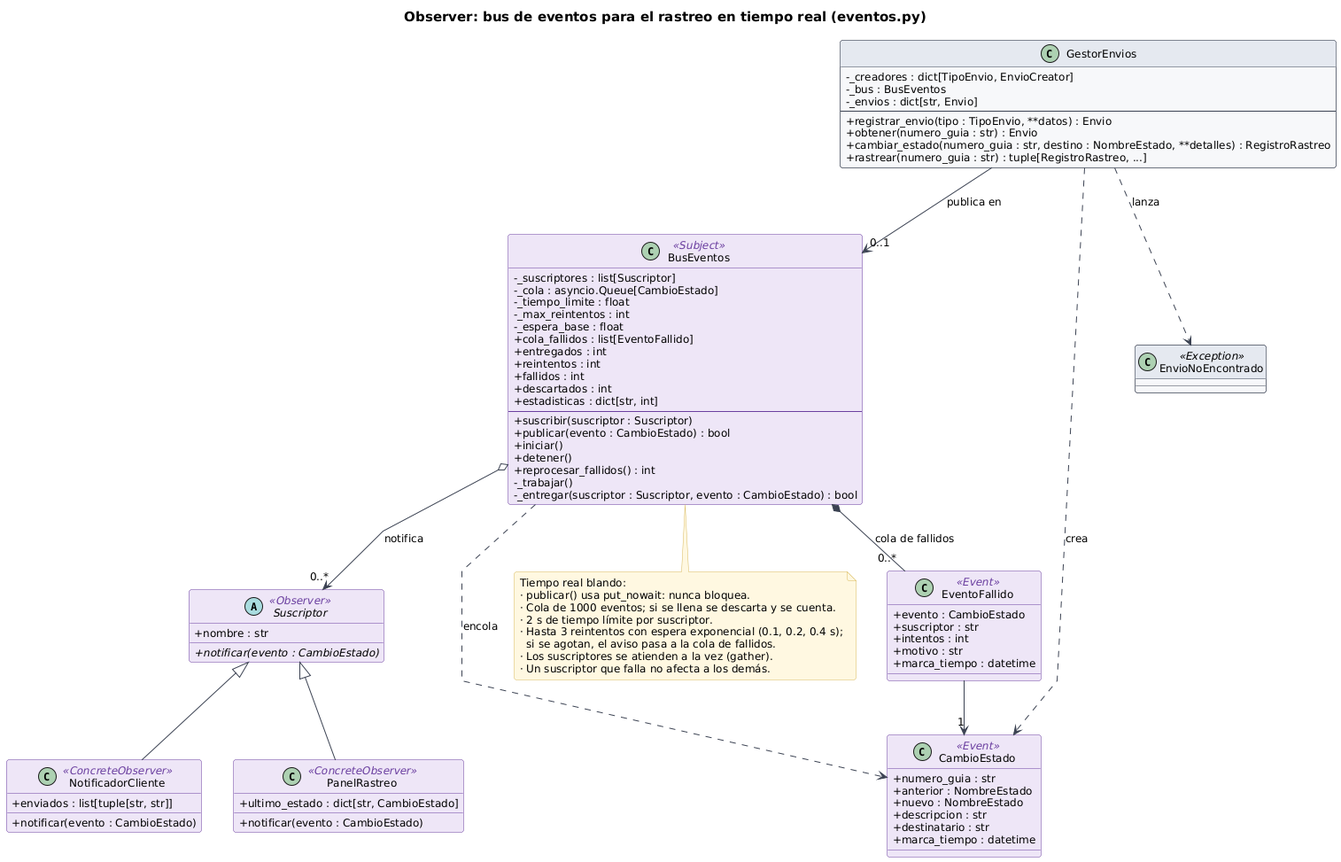
This is docs/uml/img/observer.png from TiarethE/zyntra, a PlantUML export, as it was before one commit.
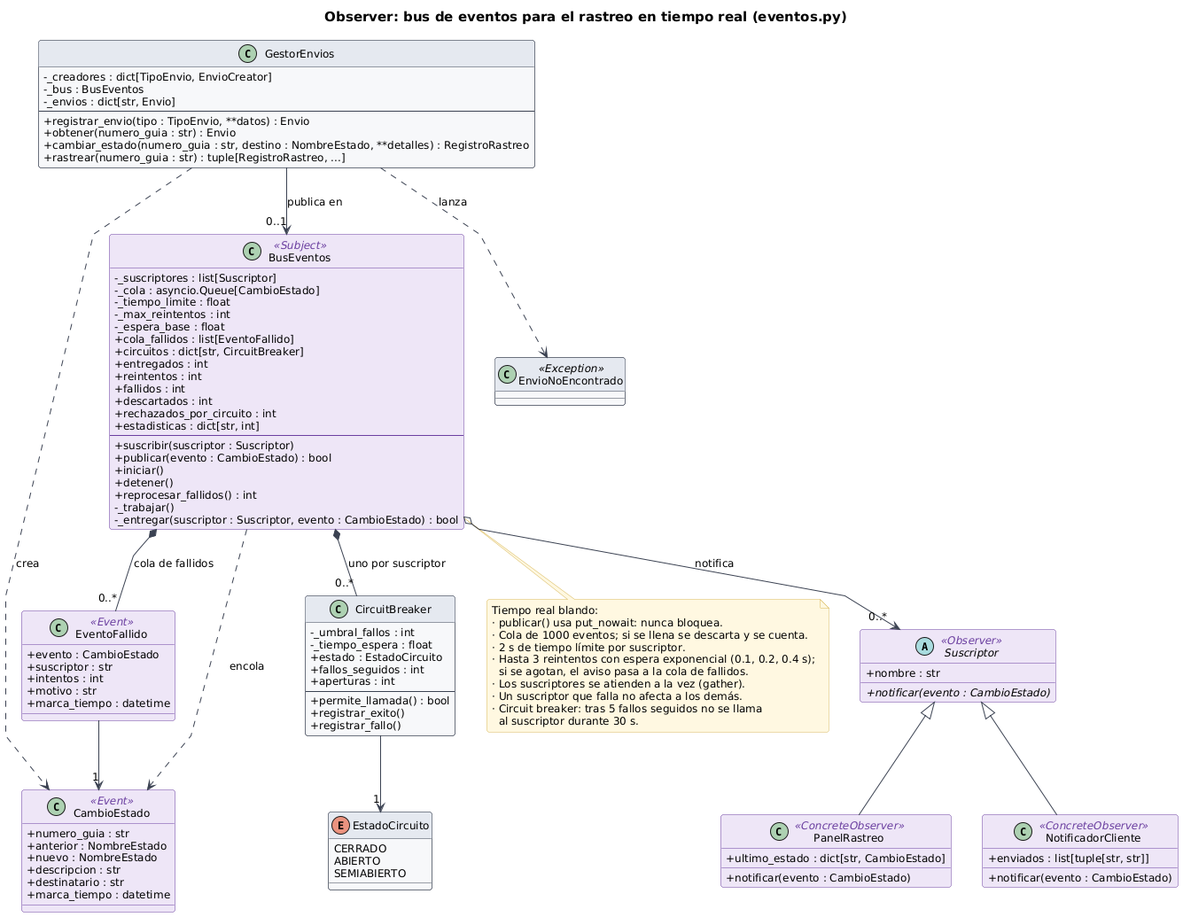
Above is the later version.

Commit message:
Aísla a los suscriptores caídos con un circuit breaker

The edit, as a diff of the source:
```diff
@@ -10,10 +10,12 @@
   -_max_reintentos : int
   -_espera_base : float
   +cola_fallidos : list[EventoFallido]
+  +circuitos : dict[str, CircuitBreaker]
   +entregados : int
   +reintentos : int
   +fallidos : int
   +descartados : int
+  +rechazados_por_circuito : int
   +estadisticas : dict[str, int]
   --
   +suscribir(suscriptor : Suscriptor)
@@ -23,6 +25,22 @@
   +reprocesar_fallidos() : int
   -_trabajar()
   -_entregar(suscriptor : Suscriptor, evento : CambioEstado) : bool
+}
+class CircuitBreaker {
+  -_umbral_fallos : int
+  -_tiempo_espera : float
+  +estado : EstadoCircuito
+  +fallos_seguidos : int
+  +aperturas : int
+  --
+  +permite_llamada() : bool
+  +registrar_exito()
+  +registrar_fallo()
+}
+enum EstadoCircuito {
+  CERRADO
+  ABIERTO
+  SEMIABIERTO
 }
 class EventoFallido <<Event>> {
   +evento : CambioEstado
@@ -72,6 +90,8 @@
 BusEventos ..> CambioEstado : encola
 BusEventos *-- "0..*" EventoFallido : cola de fallidos
 EventoFallido --> "1" CambioEstado
+BusEventos *-- "0..*" CircuitBreaker : uno por suscriptor
+CircuitBreaker --> "1" EstadoCircuito
 
 note bottom of BusEventos
   Tiempo real blando:
@@ -82,5 +102,7 @@
     si se agotan, el aviso pasa a la cola de fallidos.
   · Los suscriptores se atienden a la vez (gather).
   · Un suscriptor que falla no afecta a los demás.
+  · Circuit breaker: tras 5 fallos seguidos no se llama
+    al suscriptor durante 30 s.
 end note
 @enduml
```
